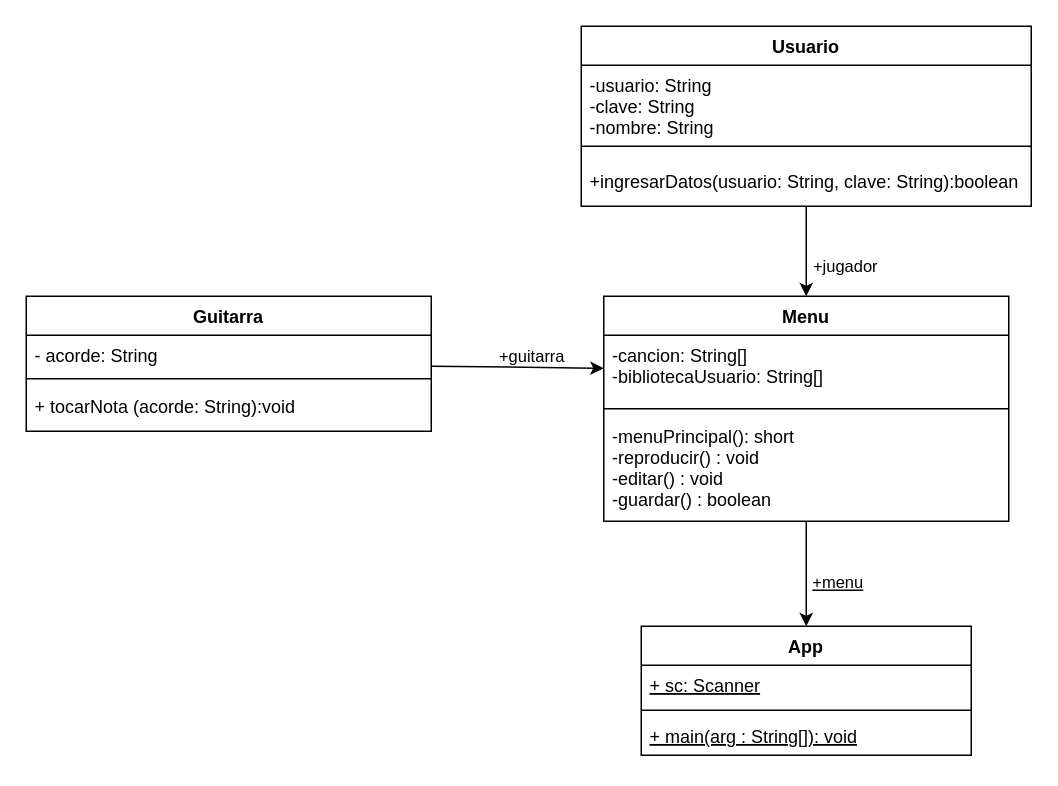
Earlier version of the draw.io diagram desing/DiagramaClase.drawio (venuzBG/ProyectoProgrmacion). Source tidied: cells renumbered, new cells numbered last; positions are measured from the earlier drawing's top-left corner, leaving out a move shared by most shapes. Both pictures are drawn from the tidied source at 150%, with x=0, y=0 at pixel (26, 26).
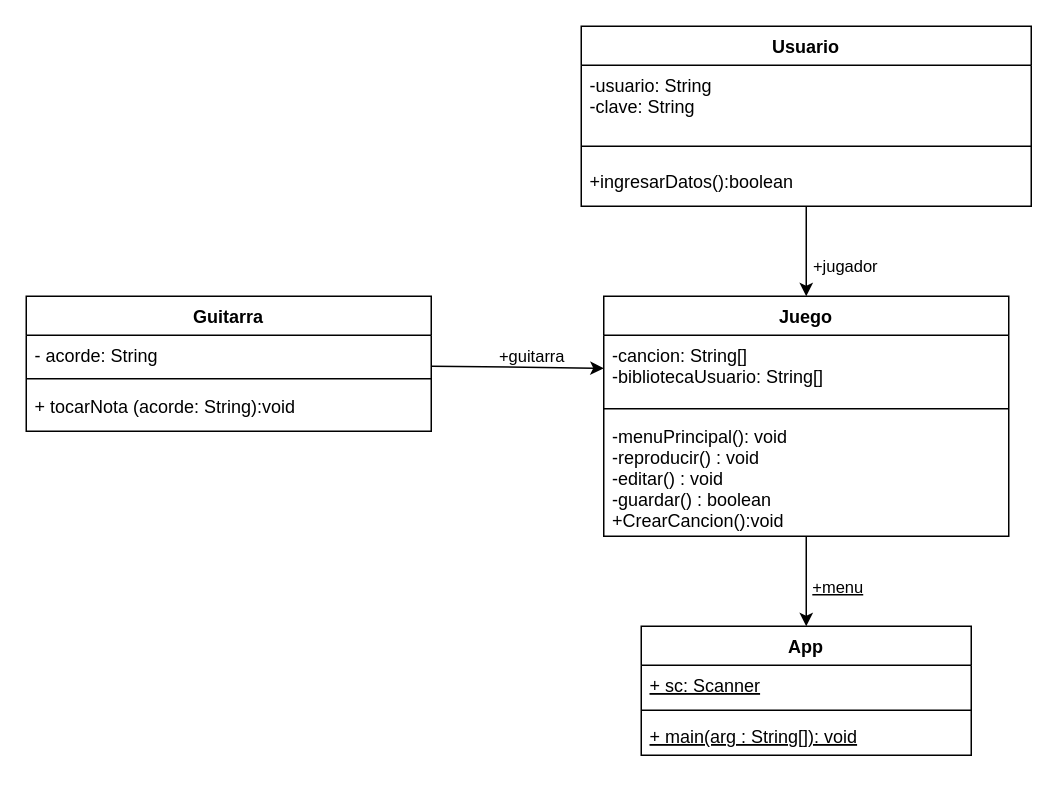
The same page after the edit.

Unchanged cells that the change refers to:
```xml
<mxCell id="8" value="Usuario" style="swimlane;fontStyle=1;align=center;verticalAlign=top;horizontal=1;startSize=26;" parent="1" vertex="1">
  <mxGeometry x="370" width="300" height="120" as="geometry" />
</mxCell>
```

What changed in the source:
```diff
@@
-    <mxCell id="9" value="-usuario: String&#10;-clave: String&#10;-nombre: String" style="text;strokeColor=none;fillColor=none;align=left;verticalAlign=top;spacingLeft=4;spacingRight=4;overflow=hidden;" parent="8" vertex="1">
+    <mxCell id="9" value="-usuario: String&#10;-clave: String" style="text;strokeColor=none;fillColor=none;align=left;verticalAlign=top;spacingLeft=4;spacingRight=4;overflow=hidden;" parent="8" vertex="1">
       <mxGeometry y="26" width="300" height="44" as="geometry" />
     </mxCell>
@@
-    <mxCell id="11" value="+ingresarDatos(usuario: String, clave: String):boolean" style="text;strokeColor=none;fillColor=none;align=left;verticalAlign=top;spacingLeft=4;spacingRight=4;overflow=hidden;" parent="8" vertex="1">
+    <mxCell id="11" value="+ingresarDatos():boolean" style="text;strokeColor=none;fillColor=none;align=left;verticalAlign=top;spacingLeft=4;spacingRight=4;overflow=hidden;" parent="8" vertex="1">
       <mxGeometry y="90" width="300" height="30" as="geometry" />
     </mxCell>
@@
-    <mxCell id="19" value="Menu" style="swimlane;fontStyle=1;align=center;verticalAlign=top;horizontal=1;startSize=26;" parent="1" vertex="1">
-      <mxGeometry x="385" y="180" width="270" height="150" as="geometry" />
+    <mxCell id="19" value="Juego" style="swimlane;fontStyle=1;align=center;verticalAlign=top;horizontal=1;startSize=26;" parent="1" vertex="1">
+      <mxGeometry x="385" y="180" width="270" height="160" as="geometry" />
     </mxCell>
@@
-    <mxCell id="22" value="-menuPrincipal(): short&#10;-reproducir() : void&#10;-editar() : void&#10;-guardar() : boolean&#10;" style="text;strokeColor=none;fillColor=none;align=left;verticalAlign=top;spacingLeft=4;spacingRight=4;overflow=hidden;fontStyle=0;" parent="19" vertex="1">
-      <mxGeometry y="80" width="270" height="70" as="geometry" />
+    <mxCell id="22" value="-menuPrincipal(): void&#10;-reproducir() : void&#10;-editar() : void&#10;-guardar() : boolean&#10;+CrearCancion():void&#10;" style="text;strokeColor=none;fillColor=none;align=left;verticalAlign=top;spacingLeft=4;spacingRight=4;overflow=hidden;fontStyle=0;" parent="19" vertex="1">
+      <mxGeometry y="80" width="270" height="80" as="geometry" />
     </mxCell>
```
